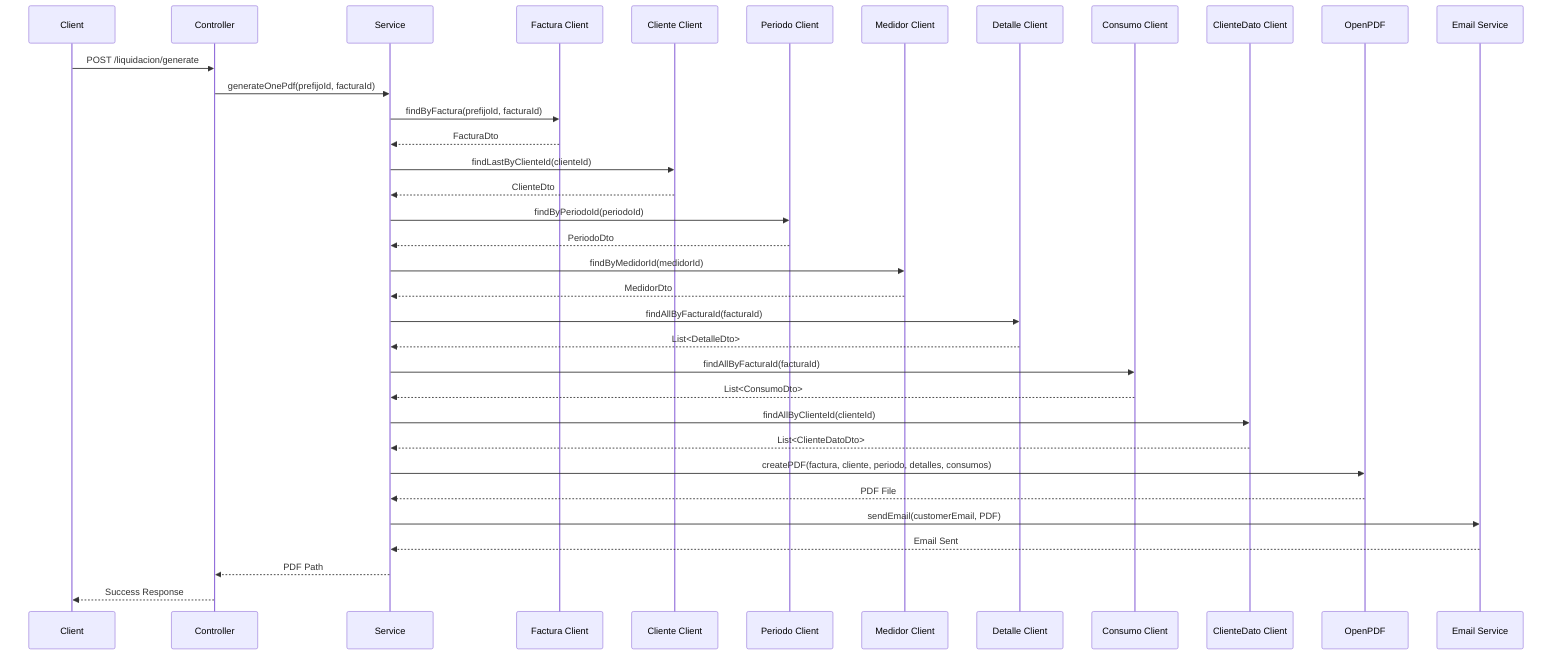
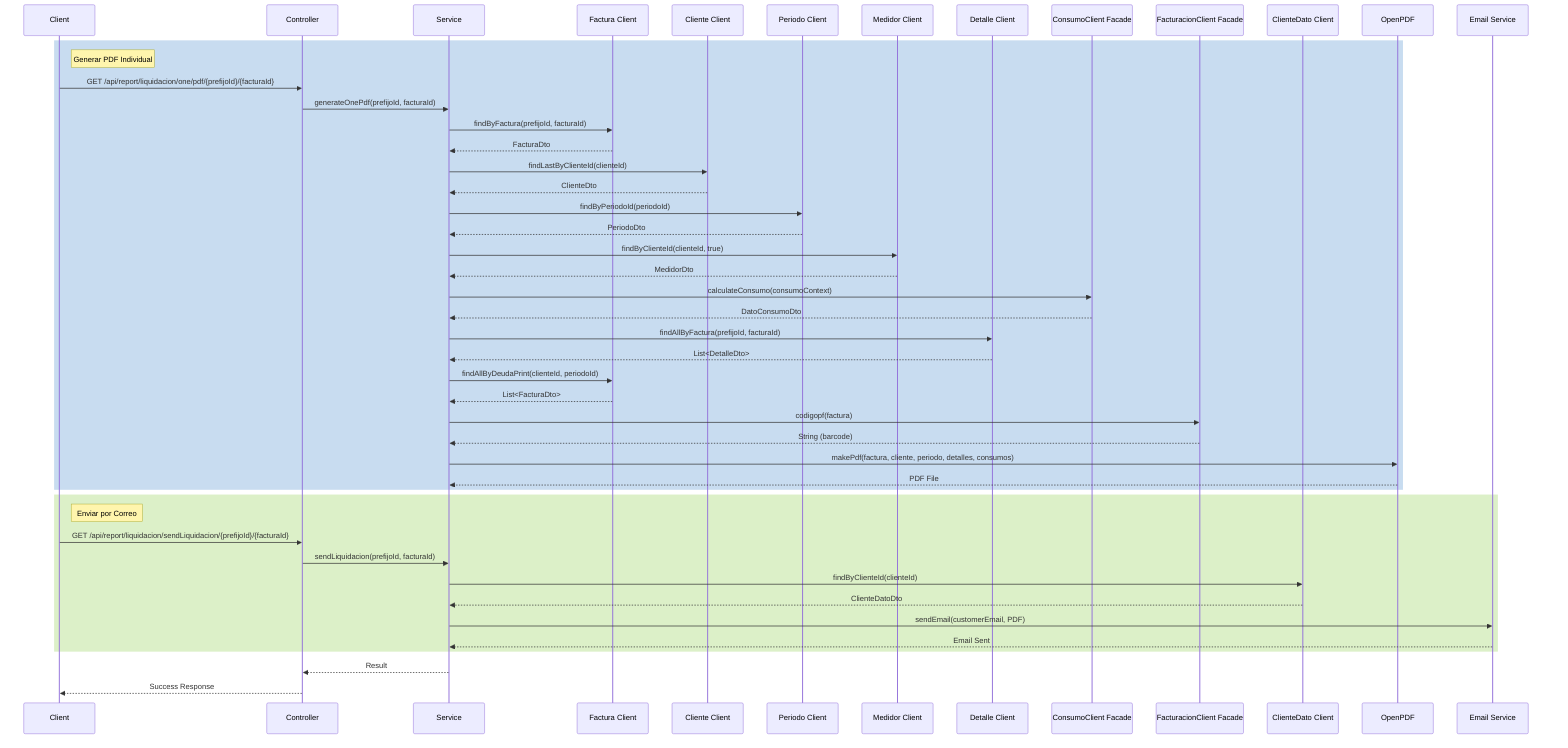
sequenceDiagram
    participant Client
    participant Controller
    participant Service
    participant FacturaClient as Factura Client
    participant ClienteClient as Cliente Client
    participant PeriodoClient as Periodo Client
    participant MedidorClient as Medidor Client
    participant DetalleClient as Detalle Client
-     participant ConsumoClient as Consumo Client
+     participant ConsumoClient as ConsumoClient Facade
+     participant FacturacionClient as FacturacionClient Facade
    participant ClienteDatoClient as ClienteDato Client
    participant PDF as OpenPDF
    participant Mail as Email Service

-     Client->>Controller: POST /liquidacion/generate
-     Controller->>Service: generateOnePdf(prefijoId, facturaId)
+     rect rgb(200, 220, 240)
+         note right of Client: Generar PDF Individual
+         Client->>Controller: GET /api/report/liquidacion/one/pdf/{prefijoId}/{facturaId}
+         Controller->>Service: generateOnePdf(prefijoId, facturaId)

-     Service->>FacturaClient: findByFactura(prefijoId, facturaId)
-     FacturaClient-->>Service: FacturaDto
+         Service->>FacturaClient: findByFactura(prefijoId, facturaId)
+         FacturaClient-->>Service: FacturaDto

-     Service->>ClienteClient: findLastByClienteId(clienteId)
-     ClienteClient-->>Service: ClienteDto
+         Service->>ClienteClient: findLastByClienteId(clienteId)
+         ClienteClient-->>Service: ClienteDto

-     Service->>PeriodoClient: findByPeriodoId(periodoId)
-     PeriodoClient-->>Service: PeriodoDto
+         Service->>PeriodoClient: findByPeriodoId(periodoId)
+         PeriodoClient-->>Service: PeriodoDto

-     Service->>MedidorClient: findByMedidorId(medidorId)
-     MedidorClient-->>Service: MedidorDto
+         Service->>MedidorClient: findByClienteId(clienteId, true)
+         MedidorClient-->>Service: MedidorDto

-     Service->>DetalleClient: findAllByFacturaId(facturaId)
-     DetalleClient-->>Service: List<DetalleDto>
+         Service->>ConsumoClient: calculateConsumo(consumoContext)
+         ConsumoClient-->>Service: DatoConsumoDto

-     Service->>ConsumoClient: findAllByFacturaId(facturaId)
-     ConsumoClient-->>Service: List<ConsumoDto>
+         Service->>DetalleClient: findAllByFactura(prefijoId, facturaId)
+         DetalleClient-->>Service: List<DetalleDto>

-     Service->>ClienteDatoClient: findAllByClienteId(clienteId)
-     ClienteDatoClient-->>Service: List<ClienteDatoDto>
+         Service->>FacturaClient: findAllByDeudaPrint(clienteId, periodoId)
+         FacturaClient-->>Service: List<FacturaDto>

-     Service->>PDF: createPDF(factura, cliente, periodo, detalles, consumos)
-     PDF-->>Service: PDF File
+         Service->>FacturacionClient: codigopf(factura)
+         FacturacionClient-->>Service: String (barcode)

-     Service->>Mail: sendEmail(customerEmail, PDF)
-     Mail-->>Service: Email Sent
+         Service->>PDF: makePdf(factura, cliente, periodo, detalles, consumos)
+         PDF-->>Service: PDF File
+     end

-     Service-->>Controller: PDF Path
+     rect rgb(220, 240, 200)
+         note right of Client: Enviar por Correo
+         Client->>Controller: GET /api/report/liquidacion/sendLiquidacion/{prefijoId}/{facturaId}
+         Controller->>Service: sendLiquidacion(prefijoId, facturaId)
+ 
+         Service->>ClienteDatoClient: findByClienteId(clienteId)
+         ClienteDatoClient-->>Service: ClienteDatoDto
+ 
+         Service->>Mail: sendEmail(customerEmail, PDF)
+         Mail-->>Service: Email Sent
+     end
+ 
+     Service-->>Controller: Result
    Controller-->>Client: Success Response